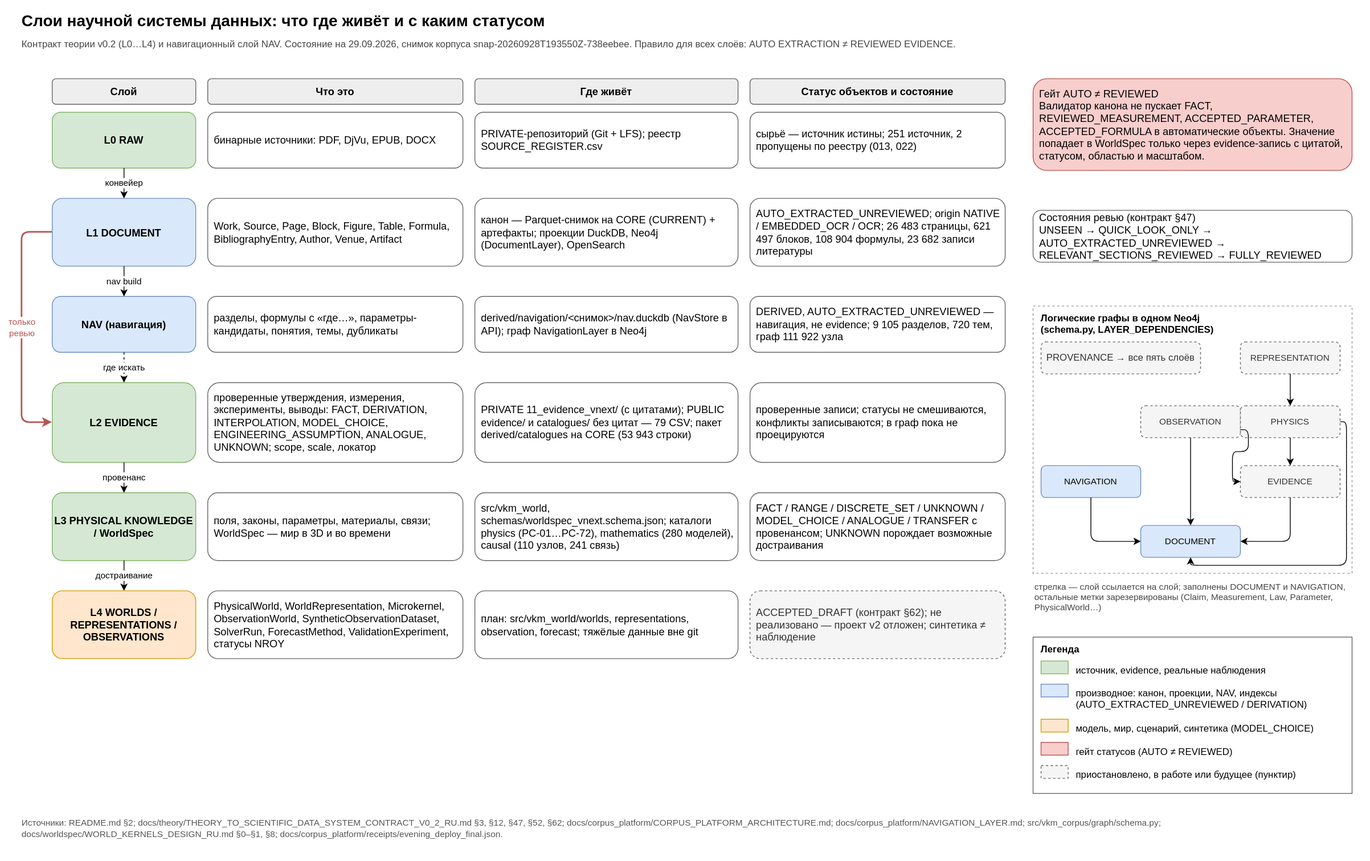
SUKUNA-AI/vkm-subsidence-forecasting keeps this draw.io diagram as docs/diagrams/data_layers.svg. Above is the earlier version. Source tidied: cells renumbered, new cells last; positions are measured from the earlier drawing's top-left corner, leaving out a move shared by most shapes.
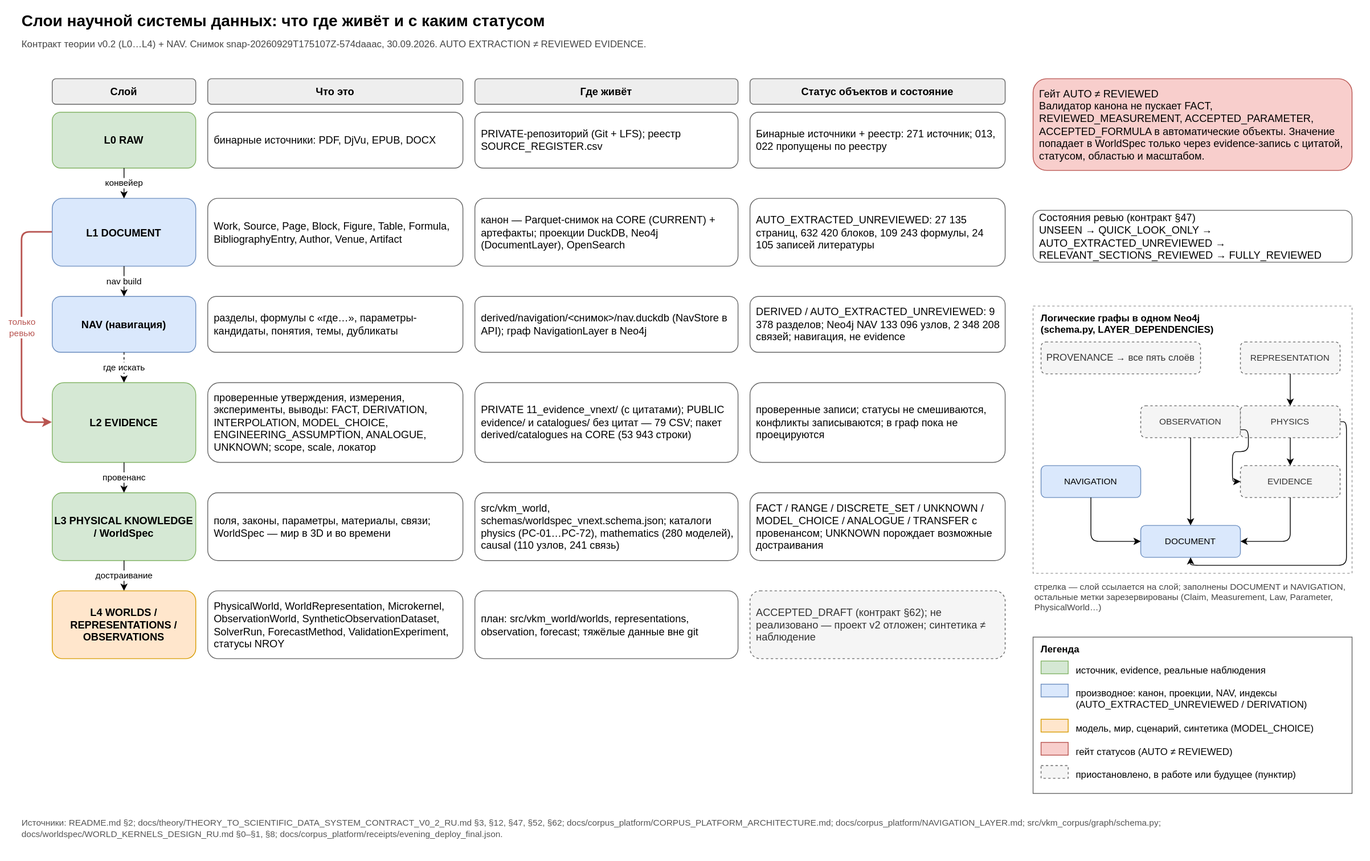
Above is the later version.

What changed in the source:
```diff
@@ -5,7 +5,7 @@
     <mxCell id="2" value="Слои научной системы данных: что где живёт и с каким статусом" style="text;align=left;fontSize=20;fontStyle=1;html=1;verticalAlign=middle;whiteSpace=wrap;" parent="1" vertex="1">
       <mxGeometry width="1670" height="30" as="geometry" />
     </mxCell>
-    <mxCell id="3" value="Контракт теории v0.2 (L0…L4) и навигационный слой NAV. Состояние на 29.09.2026, снимок корпуса snap-20260928T193550Z-738eebee. Правило для всех слоёв: AUTO EXTRACTION ≠ REVIEWED EVIDENCE." style="text;align=left;fontColor=#444444;fontSize=12;html=1;verticalAlign=middle;whiteSpace=wrap;" parent="1" vertex="1">
+    <mxCell id="3" value="Контракт теории v0.2 (L0…L4) + NAV. Снимок snap-20260929T175107Z-574daaac, 30.09.2026. AUTO EXTRACTION ≠ REVIEWED EVIDENCE." style="text;align=left;fontColor=#444444;fontSize=12;html=1;verticalAlign=middle;whiteSpace=wrap;" parent="1" vertex="1">
       <mxGeometry y="32" width="1670" height="25" as="geometry" />
     </mxCell>
     <mxCell id="4" value="Что это" style="fillColor=#eeeeee;fontSize=13;fontStyle=1;html=1;rounded=1;strokeColor=#666666;whiteSpace=wrap;" parent="1" vertex="1">
@@ -29,7 +29,7 @@
     <mxCell id="10" value="PRIVATE-репозиторий (Git + LFS); реестр SOURCE_REGISTER.csv" style="align=left;fillColor=#ffffff;fontSize=13;html=1;rounded=1;spacingLeft=6;spacingRight=4;strokeColor=#666666;whiteSpace=wrap;" parent="1" vertex="1">
       <mxGeometry x="570" y="130" width="330" height="70" as="geometry" />
     </mxCell>
-    <mxCell id="11" value="сырьё — источник истины; 251 источник, 2 пропущены по реестру (013, 022)" style="align=left;fillColor=#ffffff;fontSize=13;html=1;rounded=1;spacingLeft=6;spacingRight=4;strokeColor=#666666;whiteSpace=wrap;" parent="1" vertex="1">
+    <mxCell id="11" value="Бинарные источники + реестр: 271 источник; 013, 022 пропущены по реестру" style="align=left;fillColor=#ffffff;fontSize=13;html=1;rounded=1;spacingLeft=6;spacingRight=4;strokeColor=#666666;whiteSpace=wrap;" parent="1" vertex="1">
       <mxGeometry x="915" y="130" width="320" height="70" as="geometry" />
     </mxCell>
     <mxCell id="12" value="L1 DOCUMENT" style="fillColor=#dae8fc;fontSize=13;fontStyle=1;html=1;rounded=1;strokeColor=#6c8ebf;whiteSpace=wrap;" parent="1" vertex="1">
@@ -41,7 +41,7 @@
     <mxCell id="14" value="канон — Parquet-снимок на CORE (CURRENT) + артефакты; проекции DuckDB, Neo4j (DocumentLayer), OpenSearch" style="align=left;fillColor=#ffffff;fontSize=13;html=1;rounded=1;spacingLeft=6;spacingRight=4;strokeColor=#666666;whiteSpace=wrap;" parent="1" vertex="1">
       <mxGeometry x="570" y="238" width="330" height="85" as="geometry" />
     </mxCell>
-    <mxCell id="15" value="AUTO_EXTRACTED_UNREVIEWED; origin NATIVE / EMBEDDED_OCR / OCR; 26 483 страницы, 621 497 блоков, 108 904 формулы, 23 682 записи литературы" style="align=left;fillColor=#ffffff;fontSize=13;html=1;rounded=1;spacingLeft=6;spacingRight=4;strokeColor=#666666;whiteSpace=wrap;" parent="1" vertex="1">
+    <mxCell id="15" value="AUTO_EXTRACTED_UNREVIEWED: 27 135 страниц, 632 420 блоков, 109 243 формулы, 24 105 записей литературы" style="align=left;fillColor=#ffffff;fontSize=13;html=1;rounded=1;spacingLeft=6;spacingRight=4;strokeColor=#666666;whiteSpace=wrap;" parent="1" vertex="1">
       <mxGeometry x="915" y="238" width="320" height="85" as="geometry" />
     </mxCell>
     <mxCell id="16" value="NAV (навигация)" style="fillColor=#dae8fc;fontSize=13;fontStyle=1;html=1;rounded=1;strokeColor=#6c8ebf;whiteSpace=wrap;" parent="1" vertex="1">
@@ -53,7 +53,7 @@
     <mxCell id="18" value="derived/navigation/&amp;lt;снимок&amp;gt;/nav.duckdb (NavStore в API); граф NavigationLayer в Neo4j" style="align=left;fillColor=#ffffff;fontSize=13;html=1;rounded=1;spacingLeft=6;spacingRight=4;strokeColor=#666666;whiteSpace=wrap;" parent="1" vertex="1">
       <mxGeometry x="570" y="361" width="330" height="70" as="geometry" />
     </mxCell>
-    <mxCell id="19" value="DERIVED, AUTO_EXTRACTED_UNREVIEWED — навигация, не evidence; 9 105 разделов, 720 тем, граф 111 922 узла" style="align=left;fillColor=#ffffff;fontSize=13;html=1;rounded=1;spacingLeft=6;spacingRight=4;strokeColor=#666666;whiteSpace=wrap;" parent="1" vertex="1">
+    <mxCell id="19" value="DERIVED / AUTO_EXTRACTED_UNREVIEWED: 9 378 разделов; Neo4j NAV 133 096 узлов, 2 348 208 связей; навигация, не evidence" style="align=left;fillColor=#ffffff;fontSize=13;html=1;rounded=1;spacingLeft=6;spacingRight=4;strokeColor=#666666;whiteSpace=wrap;" parent="1" vertex="1">
       <mxGeometry x="915" y="361" width="320" height="70" as="geometry" />
     </mxCell>
     <mxCell id="20" value="L2 EVIDENCE" style="fillColor=#d5e8d4;fontSize=13;fontStyle=1;html=1;rounded=1;strokeColor=#82b366;whiteSpace=wrap;" parent="1" vertex="1">
```
